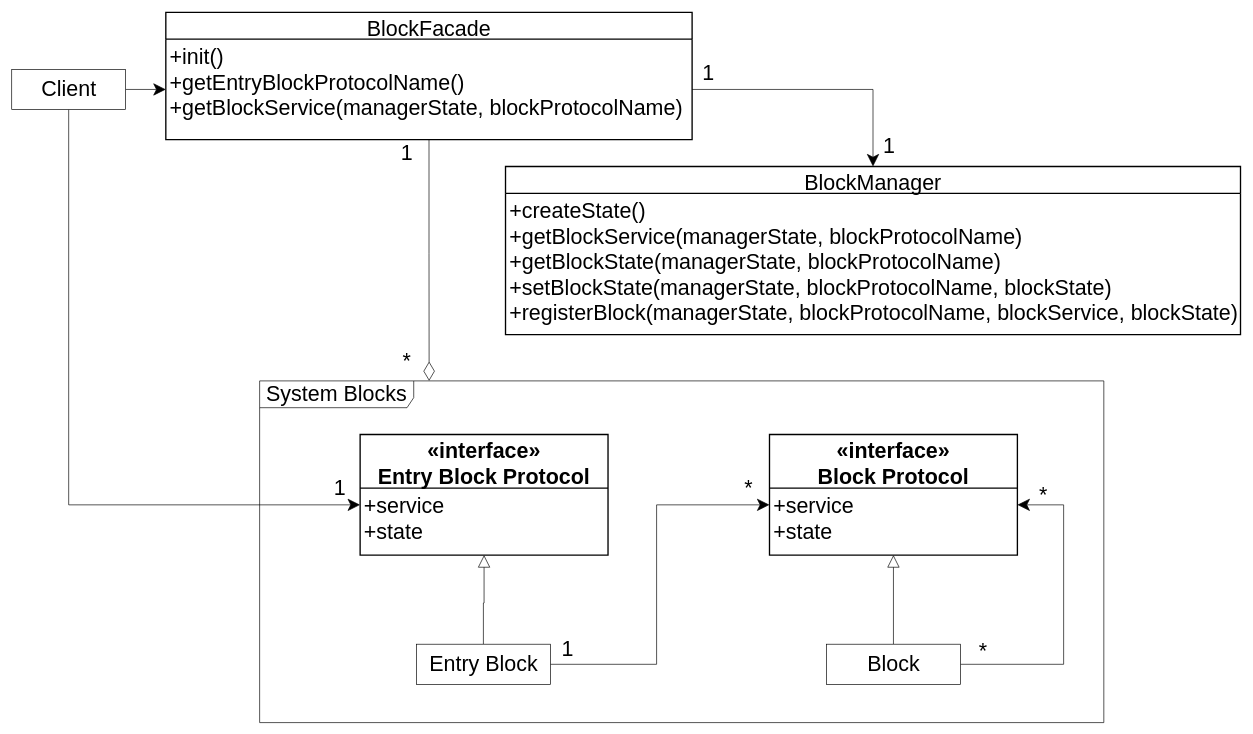
Above: packages/积木模式/role_abstract/UML.drawio in yyc-git/3DProgramPattern (draw.io), before the change. Source tidied: cells renumbered, new cells numbered last; positions are measured from the earlier drawing's top-left corner, leaving out a move shared by most shapes. Both pictures are drawn from the tidied source at 67%, with x=0, y=0 at pixel (11, 12).
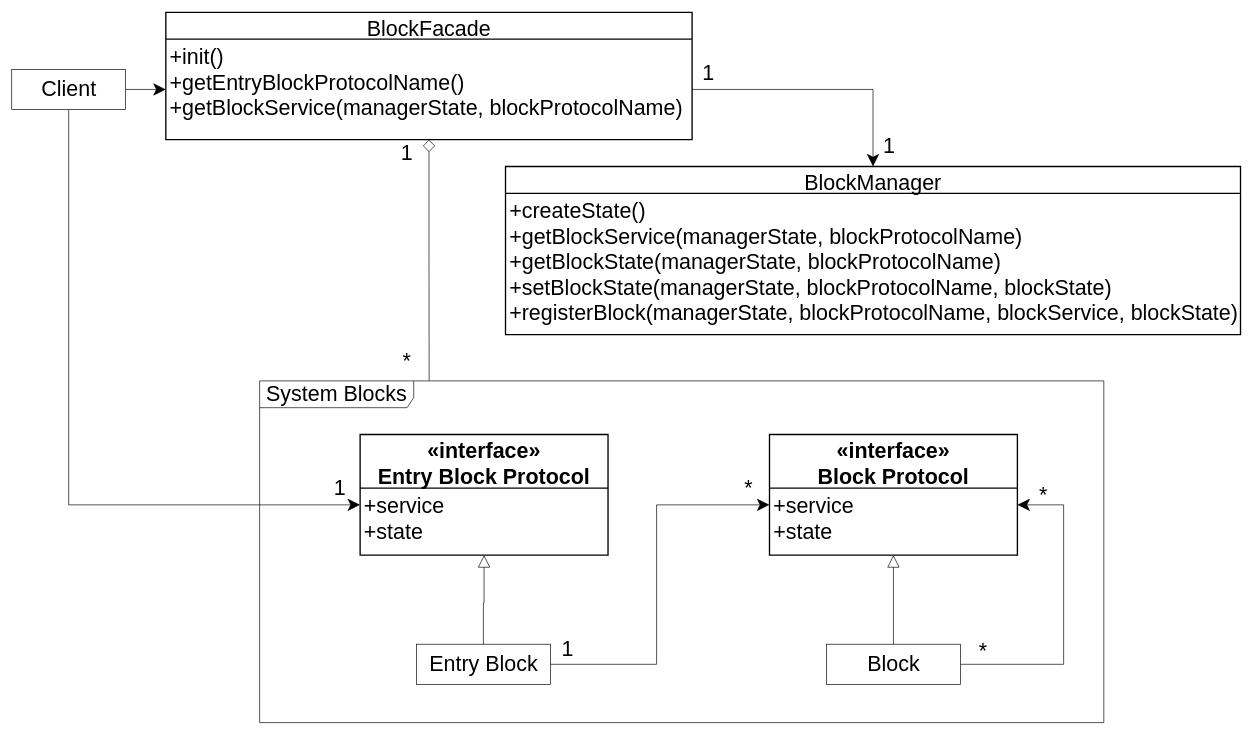
The same page after the edit.

Unchanged cells that the change refers to:
```xml
<mxCell id="20" value="+init()&#10;+getEntryBlockProtocolName()&#10;+getBlockService(managerState, blockProtocolName)&#10;" style="align=left;strokeColor=none;fillColor=none;spacingLeft=4;fontSize=32;verticalAlign=top;" parent="19" vertex="1">
  <mxGeometry y="40" width="785.5" height="150" as="geometry" />
</mxCell>
```

Diff of the diagram source:
```diff
@@
-    <mxCell id="21" style="edgeStyle=orthogonalEdgeStyle;rounded=0;jettySize=auto;html=1;endSize=26;startSize=16;endArrow=diamondThin;endFill=0;" parent="1" edge="1" source="20">
+    <mxCell id="21" style="edgeStyle=orthogonalEdgeStyle;rounded=0;jettySize=auto;html=1;endSize=26;startSize=16;endArrow=none;endFill=0;startArrow=diamond;startFill=0;" parent="1" edge="1" source="20">
       <mxGeometry relative="1" as="geometry">
         <mxPoint x="623" y="550" as="targetPoint" />
       </mxGeometry>
     </mxCell>
```
